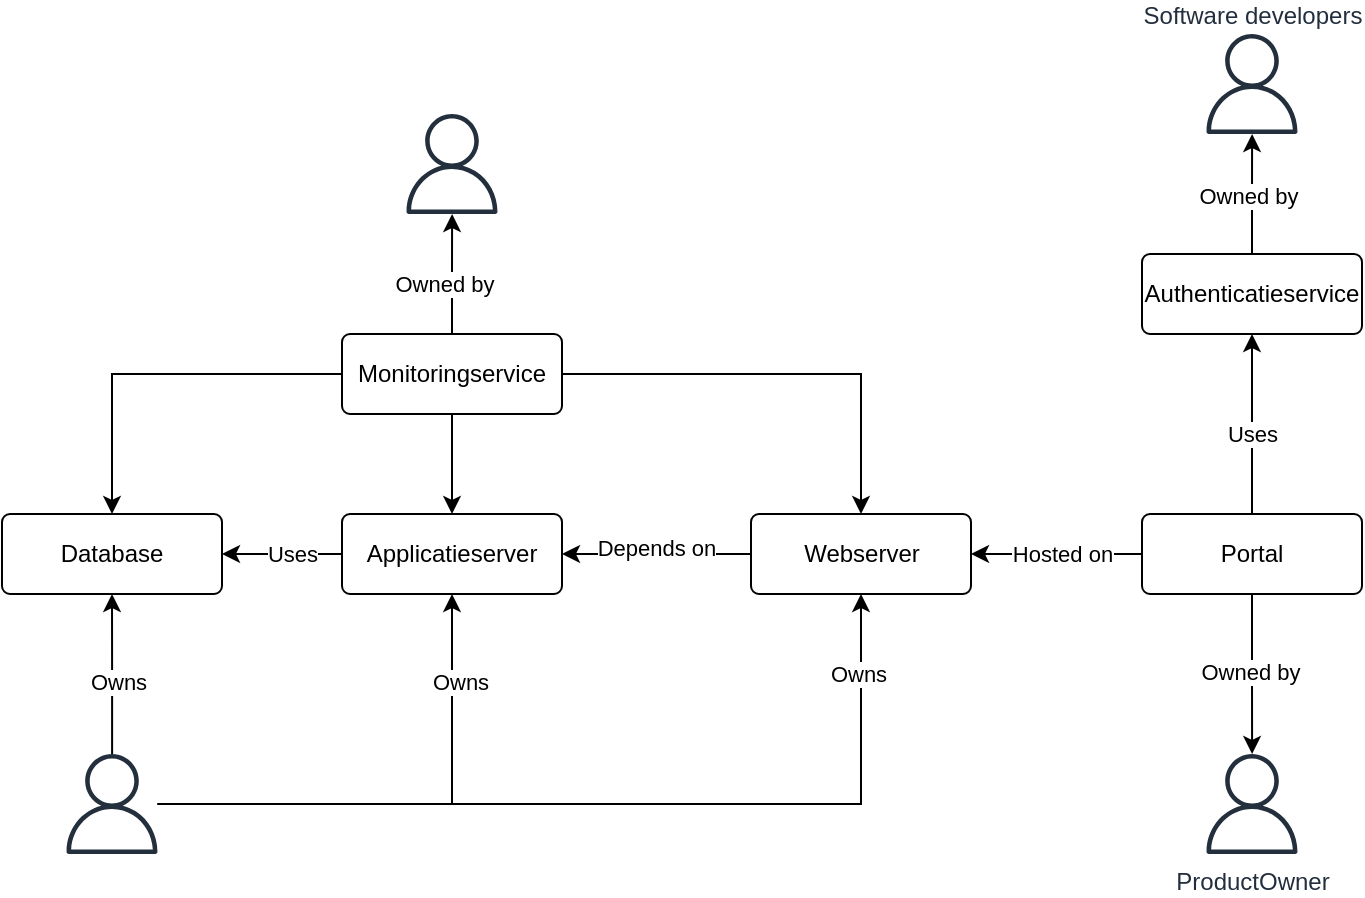
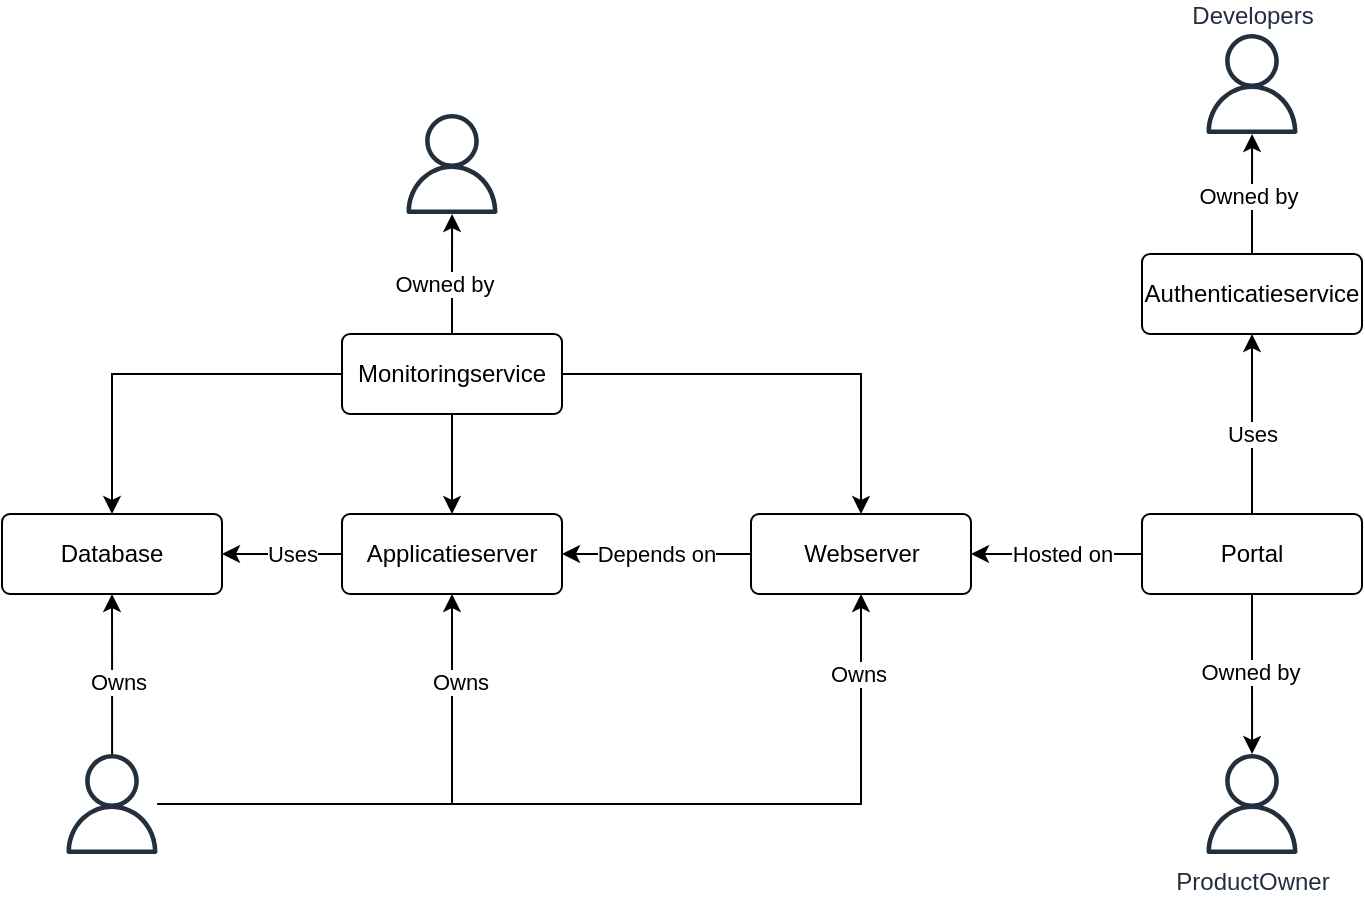
<mxfile host="app.diagrams.net">
  <diagram name="Pagina-1" id="yVWid4ZW9Mo8Y9H_L4QO">
    <mxGraphModel dx="1414" dy="813" grid="1" gridSize="10" guides="1" tooltips="1" connect="1" arrows="1" fold="1" page="1" pageScale="1" pageWidth="1169" pageHeight="827" math="0" shadow="0">
      <root>
        <mxCell id="0" />
        <mxCell id="1" parent="0" />
        <mxCell id="CXejNOelu1BGChYvx4y1-4" edge="1" parent="1" source="90CfwfbygHwsZxjF5D7Q-1" style="edgeStyle=orthogonalEdgeStyle;rounded=0;orthogonalLoop=1;jettySize=auto;html=1;entryX=1;entryY=0.5;entryDx=0;entryDy=0;startArrow=none;startFill=0;" target="90CfwfbygHwsZxjF5D7Q-4">
          <mxGeometry relative="1" as="geometry" />
        </mxCell>
        <mxCell id="CXejNOelu1BGChYvx4y1-5" connectable="0" parent="CXejNOelu1BGChYvx4y1-4" style="edgeLabel;html=1;align=center;verticalAlign=middle;resizable=0;points=[];" value="Depends on" vertex="1">
          <mxGeometry relative="1" y="-3" as="geometry">
-             <mxPoint as="offset" />
+             <mxPoint y="3" as="offset" />
          </mxGeometry>
        </mxCell>
        <mxCell id="90CfwfbygHwsZxjF5D7Q-1" parent="1" style="rounded=1;arcSize=10;whiteSpace=wrap;html=1;align=center;" value="Webserver" vertex="1">
          <mxGeometry height="40" width="110" x="474.5" y="260" as="geometry" />
        </mxCell>
        <mxCell id="90CfwfbygHwsZxjF5D7Q-9" edge="1" parent="1" source="90CfwfbygHwsZxjF5D7Q-2" style="edgeStyle=orthogonalEdgeStyle;rounded=0;orthogonalLoop=1;jettySize=auto;html=1;exitX=1;exitY=0.5;exitDx=0;exitDy=0;entryX=0;entryY=0.5;entryDx=0;entryDy=0;startArrow=classic;startFill=1;endArrow=none;endFill=0;" target="90CfwfbygHwsZxjF5D7Q-4">
          <mxGeometry relative="1" as="geometry" />
        </mxCell>
        <mxCell id="90CfwfbygHwsZxjF5D7Q-26" connectable="0" parent="90CfwfbygHwsZxjF5D7Q-9" style="edgeLabel;html=1;align=center;verticalAlign=middle;resizable=0;points=[];" value="Uses" vertex="1">
          <mxGeometry relative="1" x="0.16" y="-2" as="geometry">
            <mxPoint y="-2" as="offset" />
          </mxGeometry>
        </mxCell>
        <mxCell id="90CfwfbygHwsZxjF5D7Q-2" parent="1" style="rounded=1;arcSize=10;whiteSpace=wrap;html=1;align=center;" value="Database" vertex="1">
          <mxGeometry height="40" width="110" x="100" y="260" as="geometry" />
        </mxCell>
        <mxCell id="90CfwfbygHwsZxjF5D7Q-24" edge="1" parent="1" source="90CfwfbygHwsZxjF5D7Q-3" style="edgeStyle=orthogonalEdgeStyle;rounded=0;orthogonalLoop=1;jettySize=auto;html=1;entryX=0.5;entryY=0;entryDx=0;entryDy=0;startArrow=classic;startFill=1;endArrow=none;endFill=0;" target="90CfwfbygHwsZxjF5D7Q-5">
          <mxGeometry relative="1" as="geometry" />
        </mxCell>
        <mxCell id="90CfwfbygHwsZxjF5D7Q-25" connectable="0" parent="90CfwfbygHwsZxjF5D7Q-24" style="edgeLabel;html=1;align=center;verticalAlign=middle;resizable=0;points=[];" value="&lt;div&gt;Uses&lt;/div&gt;" vertex="1">
          <mxGeometry relative="1" x="0.1143" as="geometry">
            <mxPoint as="offset" />
          </mxGeometry>
        </mxCell>
        <mxCell id="CXejNOelu1BGChYvx4y1-26" edge="1" parent="1" source="90CfwfbygHwsZxjF5D7Q-3" style="edgeStyle=orthogonalEdgeStyle;rounded=0;orthogonalLoop=1;jettySize=auto;html=1;" target="CXejNOelu1BGChYvx4y1-25">
          <mxGeometry relative="1" as="geometry" />
        </mxCell>
        <mxCell id="CXejNOelu1BGChYvx4y1-27" connectable="0" parent="CXejNOelu1BGChYvx4y1-26" style="edgeLabel;html=1;align=center;verticalAlign=middle;resizable=0;points=[];" value="Owned by" vertex="1">
          <mxGeometry relative="1" x="-0.0349" y="2" as="geometry">
            <mxPoint as="offset" />
          </mxGeometry>
        </mxCell>
        <mxCell id="90CfwfbygHwsZxjF5D7Q-3" parent="1" style="rounded=1;arcSize=10;whiteSpace=wrap;html=1;align=center;" value="Authenticatieservice" vertex="1">
          <mxGeometry height="40" width="110" x="670" y="130" as="geometry" />
        </mxCell>
        <mxCell id="90CfwfbygHwsZxjF5D7Q-4" parent="1" style="rounded=1;arcSize=10;whiteSpace=wrap;html=1;align=center;" value="Applicatieserver" vertex="1">
          <mxGeometry height="40" width="110" x="270" y="260" as="geometry" />
        </mxCell>
        <mxCell id="90CfwfbygHwsZxjF5D7Q-7" edge="1" parent="1" source="90CfwfbygHwsZxjF5D7Q-5" style="edgeStyle=orthogonalEdgeStyle;rounded=0;orthogonalLoop=1;jettySize=auto;html=1;exitX=0;exitY=0.5;exitDx=0;exitDy=0;entryX=1;entryY=0.5;entryDx=0;entryDy=0;startArrow=none;startFill=0;" target="90CfwfbygHwsZxjF5D7Q-1">
          <mxGeometry relative="1" as="geometry">
            <Array as="points" />
          </mxGeometry>
        </mxCell>
        <mxCell id="90CfwfbygHwsZxjF5D7Q-20" connectable="0" parent="90CfwfbygHwsZxjF5D7Q-7" style="edgeLabel;html=1;align=center;verticalAlign=middle;resizable=0;points=[];" value="&lt;div&gt;Hosted on&lt;/div&gt;" vertex="1">
          <mxGeometry relative="1" x="-0.2632" y="3" as="geometry">
            <mxPoint x="-9" y="-3" as="offset" />
          </mxGeometry>
        </mxCell>
        <mxCell id="CXejNOelu1BGChYvx4y1-32" edge="1" parent="1" source="90CfwfbygHwsZxjF5D7Q-5" style="edgeStyle=orthogonalEdgeStyle;rounded=0;orthogonalLoop=1;jettySize=auto;html=1;" target="CXejNOelu1BGChYvx4y1-21">
          <mxGeometry relative="1" as="geometry" />
        </mxCell>
        <mxCell id="CXejNOelu1BGChYvx4y1-33" connectable="0" parent="CXejNOelu1BGChYvx4y1-32" style="edgeLabel;html=1;align=center;verticalAlign=middle;resizable=0;points=[];" value="Owned by" vertex="1">
          <mxGeometry relative="1" x="-0.0262" y="-1" as="geometry">
            <mxPoint as="offset" />
          </mxGeometry>
        </mxCell>
        <mxCell id="90CfwfbygHwsZxjF5D7Q-5" parent="1" style="rounded=1;arcSize=10;whiteSpace=wrap;html=1;align=center;" value="&lt;div&gt;Portal&lt;/div&gt;" vertex="1">
          <mxGeometry height="40" width="110" x="670" y="260" as="geometry" />
        </mxCell>
        <mxCell id="CXejNOelu1BGChYvx4y1-10" edge="1" parent="1" source="CXejNOelu1BGChYvx4y1-8" style="edgeStyle=orthogonalEdgeStyle;rounded=0;orthogonalLoop=1;jettySize=auto;html=1;entryX=0.5;entryY=0;entryDx=0;entryDy=0;" target="90CfwfbygHwsZxjF5D7Q-4">
          <mxGeometry relative="1" as="geometry" />
        </mxCell>
        <mxCell id="CXejNOelu1BGChYvx4y1-11" edge="1" parent="1" source="CXejNOelu1BGChYvx4y1-8" style="edgeStyle=orthogonalEdgeStyle;rounded=0;orthogonalLoop=1;jettySize=auto;html=1;exitX=1;exitY=0.5;exitDx=0;exitDy=0;entryX=0.5;entryY=0;entryDx=0;entryDy=0;" target="90CfwfbygHwsZxjF5D7Q-1">
          <mxGeometry relative="1" as="geometry" />
        </mxCell>
        <mxCell id="CXejNOelu1BGChYvx4y1-13" edge="1" parent="1" source="CXejNOelu1BGChYvx4y1-8" style="edgeStyle=orthogonalEdgeStyle;rounded=0;orthogonalLoop=1;jettySize=auto;html=1;exitX=0;exitY=0.5;exitDx=0;exitDy=0;entryX=0.5;entryY=0;entryDx=0;entryDy=0;" target="90CfwfbygHwsZxjF5D7Q-2">
          <mxGeometry relative="1" as="geometry" />
        </mxCell>
        <mxCell id="CXejNOelu1BGChYvx4y1-29" edge="1" parent="1" source="CXejNOelu1BGChYvx4y1-8" style="edgeStyle=orthogonalEdgeStyle;rounded=0;orthogonalLoop=1;jettySize=auto;html=1;" target="CXejNOelu1BGChYvx4y1-28">
          <mxGeometry relative="1" as="geometry" />
        </mxCell>
        <mxCell id="CXejNOelu1BGChYvx4y1-30" connectable="0" parent="CXejNOelu1BGChYvx4y1-29" style="edgeLabel;html=1;align=center;verticalAlign=middle;resizable=0;points=[];" value="Owned by" vertex="1">
          <mxGeometry relative="1" x="-0.1681" y="4" as="geometry">
            <mxPoint as="offset" />
          </mxGeometry>
        </mxCell>
        <mxCell id="CXejNOelu1BGChYvx4y1-8" parent="1" style="rounded=1;arcSize=10;whiteSpace=wrap;html=1;align=center;" value="Monitoringservice" vertex="1">
          <mxGeometry height="40" width="110" x="270" y="170" as="geometry" />
        </mxCell>
        <mxCell id="CXejNOelu1BGChYvx4y1-15" edge="1" parent="1" source="CXejNOelu1BGChYvx4y1-14" style="edgeStyle=orthogonalEdgeStyle;rounded=0;orthogonalLoop=1;jettySize=auto;html=1;entryX=0.5;entryY=1;entryDx=0;entryDy=0;" target="90CfwfbygHwsZxjF5D7Q-2">
          <mxGeometry relative="1" as="geometry" />
        </mxCell>
        <mxCell id="CXejNOelu1BGChYvx4y1-18" connectable="0" parent="CXejNOelu1BGChYvx4y1-15" style="edgeLabel;html=1;align=center;verticalAlign=middle;resizable=0;points=[];" value="Owns" vertex="1">
          <mxGeometry relative="1" x="-0.1011" y="-3" as="geometry">
            <mxPoint as="offset" />
          </mxGeometry>
        </mxCell>
        <mxCell id="CXejNOelu1BGChYvx4y1-16" edge="1" parent="1" source="CXejNOelu1BGChYvx4y1-14" style="edgeStyle=orthogonalEdgeStyle;rounded=0;orthogonalLoop=1;jettySize=auto;html=1;entryX=0.5;entryY=1;entryDx=0;entryDy=0;" target="90CfwfbygHwsZxjF5D7Q-4">
          <mxGeometry relative="1" as="geometry" />
        </mxCell>
        <mxCell id="CXejNOelu1BGChYvx4y1-19" connectable="0" parent="CXejNOelu1BGChYvx4y1-16" style="edgeLabel;html=1;align=center;verticalAlign=middle;resizable=0;points=[];" value="Owns" vertex="1">
          <mxGeometry relative="1" x="0.6512" y="-4" as="geometry">
            <mxPoint as="offset" />
          </mxGeometry>
        </mxCell>
        <mxCell id="CXejNOelu1BGChYvx4y1-17" edge="1" parent="1" source="CXejNOelu1BGChYvx4y1-14" style="edgeStyle=orthogonalEdgeStyle;rounded=0;orthogonalLoop=1;jettySize=auto;html=1;entryX=0.5;entryY=1;entryDx=0;entryDy=0;" target="90CfwfbygHwsZxjF5D7Q-1">
          <mxGeometry relative="1" as="geometry" />
        </mxCell>
        <mxCell id="CXejNOelu1BGChYvx4y1-20" connectable="0" parent="CXejNOelu1BGChYvx4y1-17" style="edgeLabel;html=1;align=center;verticalAlign=middle;resizable=0;points=[];" value="Owns" vertex="1">
          <mxGeometry relative="1" x="0.8249" y="3" as="geometry">
            <mxPoint x="1" as="offset" />
          </mxGeometry>
        </mxCell>
        <mxCell id="CXejNOelu1BGChYvx4y1-14" parent="1" style="sketch=0;outlineConnect=0;fontColor=#232F3E;gradientColor=none;fillColor=#232F3D;strokeColor=none;dashed=0;verticalLabelPosition=bottom;verticalAlign=top;align=center;html=1;fontSize=12;fontStyle=0;aspect=fixed;pointerEvents=1;shape=mxgraph.aws4.user;" value="" vertex="1">
          <mxGeometry height="50" width="50" x="130" y="380" as="geometry" />
        </mxCell>
        <mxCell id="CXejNOelu1BGChYvx4y1-21" parent="1" style="sketch=0;outlineConnect=0;fontColor=#232F3E;gradientColor=none;fillColor=#232F3D;strokeColor=none;dashed=0;verticalLabelPosition=bottom;verticalAlign=top;align=center;html=1;fontSize=12;fontStyle=0;aspect=fixed;pointerEvents=1;shape=mxgraph.aws4.user;" value="ProductOwner" vertex="1">
          <mxGeometry height="50" width="50" x="700" y="380" as="geometry" />
        </mxCell>
-         <mxCell id="CXejNOelu1BGChYvx4y1-25" parent="1" style="sketch=0;outlineConnect=0;fontColor=#232F3E;gradientColor=none;fillColor=#232F3D;strokeColor=none;dashed=0;verticalLabelPosition=top;verticalAlign=bottom;align=center;html=1;fontSize=12;fontStyle=0;aspect=fixed;pointerEvents=1;shape=mxgraph.aws4.user;labelPosition=center;" value="Software developers" vertex="1">
+         <mxCell id="CXejNOelu1BGChYvx4y1-25" parent="1" style="sketch=0;outlineConnect=0;fontColor=#232F3E;gradientColor=none;fillColor=#232F3D;strokeColor=none;dashed=0;verticalLabelPosition=top;verticalAlign=bottom;align=center;html=1;fontSize=12;fontStyle=0;aspect=fixed;pointerEvents=1;shape=mxgraph.aws4.user;labelPosition=center;" value="Developers" vertex="1">
          <mxGeometry height="50" width="50" x="700" y="20" as="geometry" />
        </mxCell>
        <mxCell id="CXejNOelu1BGChYvx4y1-28" parent="1" style="sketch=0;outlineConnect=0;fontColor=#232F3E;gradientColor=none;fillColor=#232F3D;strokeColor=none;dashed=0;verticalLabelPosition=top;verticalAlign=bottom;align=center;html=1;fontSize=12;fontStyle=0;aspect=fixed;pointerEvents=1;shape=mxgraph.aws4.user;labelPosition=center;" value="" vertex="1">
          <mxGeometry height="50" width="50" x="300" y="60" as="geometry" />
        </mxCell>
      </root>
    </mxGraphModel>
  </diagram>
</mxfile>
